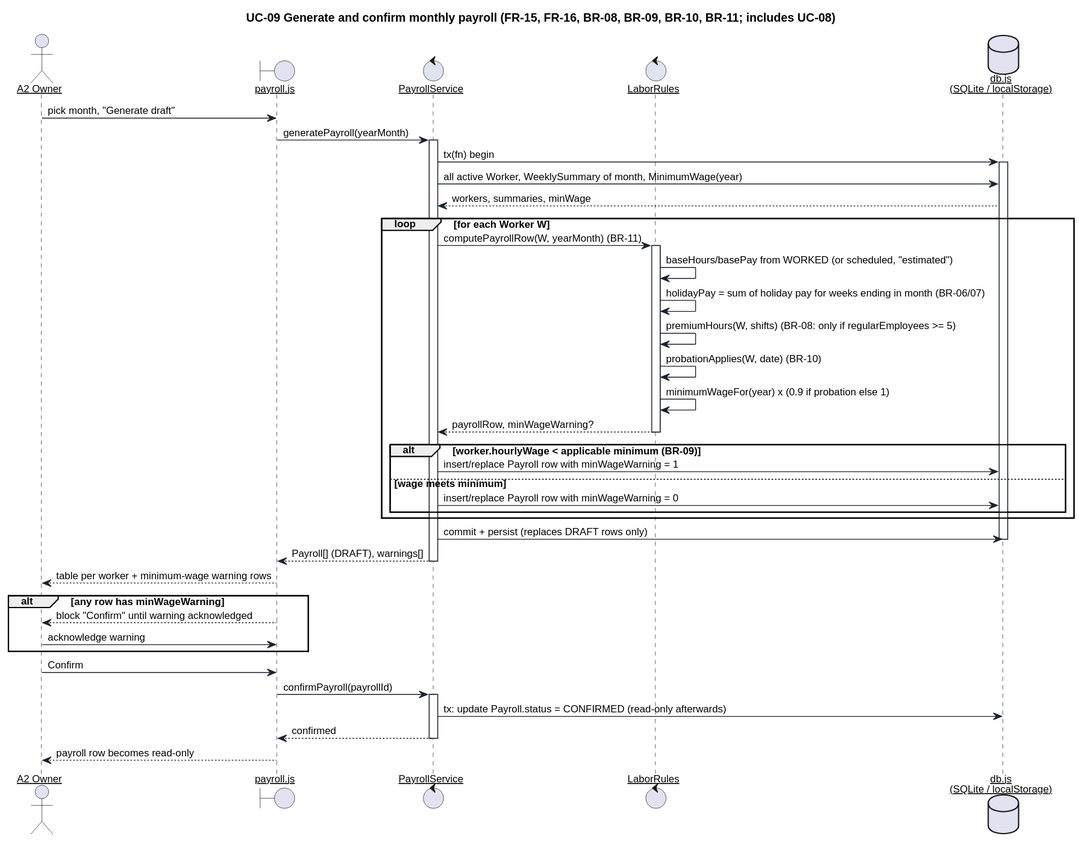
Earlier version of the PlantUML export uml/seq-4-payroll.svg (keemlogan/shiftswap). The source it was exported from:
```plantuml
@startuml
skinparam defaultFontName "Helvetica"
skinparam defaultFontSize 12
skinparam shadowing false
skinparam backgroundColor #FFFFFF
skinparam sequenceArrowThickness 1
skinparam sequenceParticipant underline
skinparam participant {
  BackgroundColor #FFFFFF
  BorderColor #1C2230
}
skinparam sequence {
  LifeLineBorderColor #1C2230
  ArrowColor #1C2230
  BoxBorderColor #1C2230
}

title UC-09 Generate and confirm monthly payroll (FR-15, FR-16, BR-08, BR-09, BR-10, BR-11; includes UC-08)

actor "A2 Owner" as Owner
boundary "payroll.js" as UI
control "PayrollService" as Svc
control "LaborRules" as Rules
database "db.js\n(SQLite / localStorage)" as DB

Owner -> UI : pick month, "Generate draft"
UI -> Svc : generatePayroll(yearMonth)
activate Svc
Svc -> DB : tx(fn) begin
activate DB
Svc -> DB : all active Worker, WeeklySummary of month, MinimumWage(year)
DB --> Svc : workers, summaries, minWage

loop for each Worker W
  Svc -> Rules : computePayrollRow(W, yearMonth) (BR-11)
  activate Rules
  Rules -> Rules : baseHours/basePay from WORKED (or scheduled, "estimated")
  Rules -> Rules : holidayPay = sum of holiday pay for weeks ending in month (BR-06/07)
  Rules -> Rules : premiumHours(W, shifts) (BR-08: only if regularEmployees >= 5)
  Rules -> Rules : probationApplies(W, date) (BR-10)
  Rules -> Rules : minimumWageFor(year) x (0.9 if probation else 1)
  Rules --> Svc : payrollRow, minWageWarning?
  deactivate Rules

  alt worker.hourlyWage < applicable minimum (BR-09)
    Svc -> DB : insert/replace Payroll row with minWageWarning = 1
  else wage meets minimum
    Svc -> DB : insert/replace Payroll row with minWageWarning = 0
  end
end

Svc -> DB : commit + persist (replaces DRAFT rows only)
deactivate DB
Svc --> UI : Payroll[] (DRAFT), warnings[]
deactivate Svc
UI --> Owner : table per worker + minimum-wage warning rows

alt any row has minWageWarning
  UI --> Owner : block "Confirm" until warning acknowledged
  Owner -> UI : acknowledge warning
end

Owner -> UI : Confirm
UI -> Svc : confirmPayroll(payrollId)
activate Svc
Svc -> DB : tx: update Payroll.status = CONFIRMED (read-only afterwards)
Svc --> UI : confirmed
deactivate Svc
UI --> Owner : payroll row becomes read-only
@enduml
```
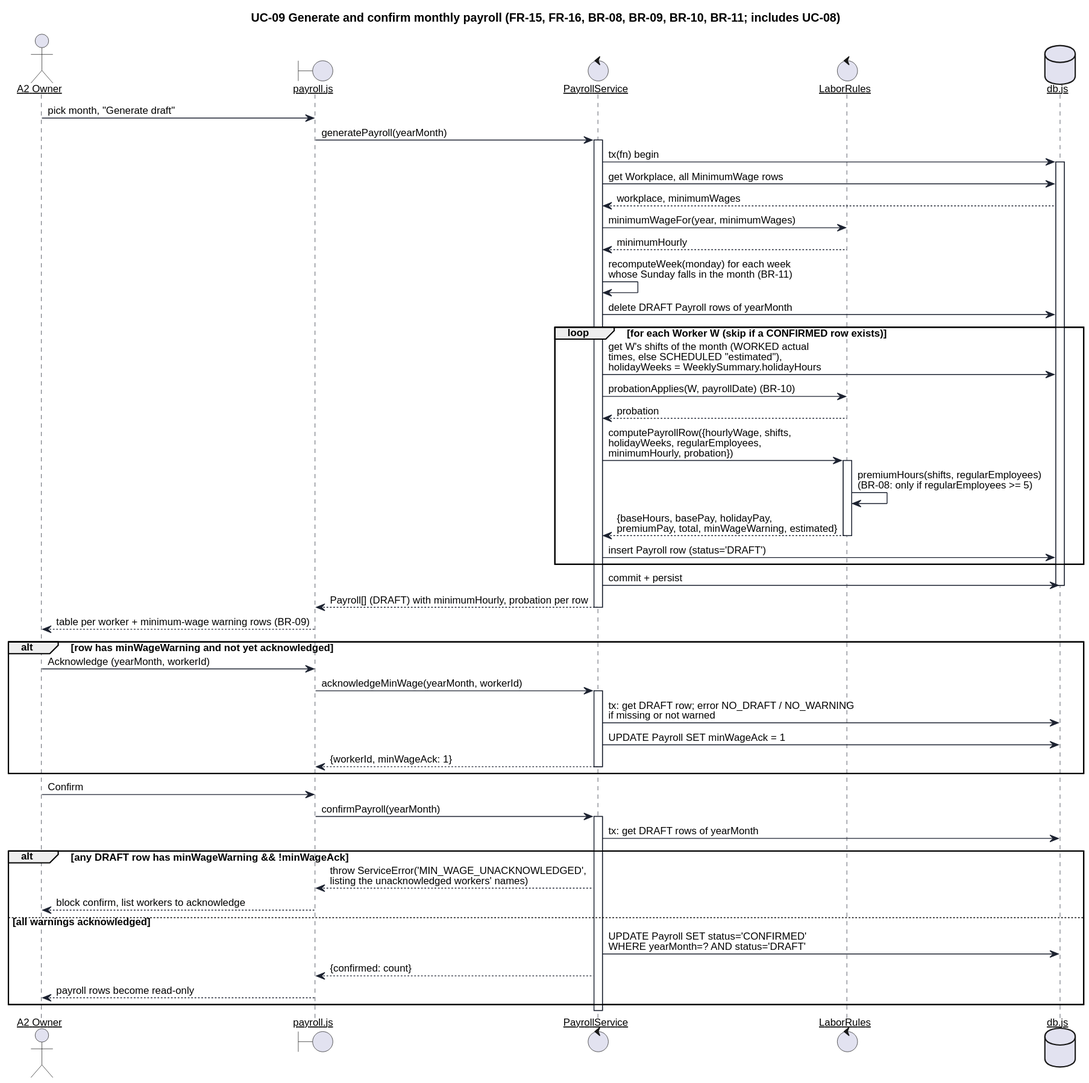
Later version of the same file.

The edit, as a diff of the source:
```diff
@@ -21,50 +21,62 @@
 boundary "payroll.js" as UI
 control "PayrollService" as Svc
 control "LaborRules" as Rules
-database "db.js\n(SQLite / localStorage)" as DB
+database "db.js" as DB
 
 Owner -> UI : pick month, "Generate draft"
 UI -> Svc : generatePayroll(yearMonth)
 activate Svc
 Svc -> DB : tx(fn) begin
 activate DB
-Svc -> DB : all active Worker, WeeklySummary of month, MinimumWage(year)
-DB --> Svc : workers, summaries, minWage
+Svc -> DB : get Workplace, all MinimumWage rows
+DB --> Svc : workplace, minimumWages
 
-loop for each Worker W
-  Svc -> Rules : computePayrollRow(W, yearMonth) (BR-11)
+Svc -> Rules : minimumWageFor(year, minimumWages)
+Rules --> Svc : minimumHourly
+
+Svc -> Svc : recomputeWeek(monday) for each week\nwhose Sunday falls in the month (BR-11)
+Svc -> DB : delete DRAFT Payroll rows of yearMonth
+
+loop for each Worker W (skip if a CONFIRMED row exists)
+  Svc -> DB : get W's shifts of the month (WORKED actual\ntimes, else SCHEDULED "estimated"),\nholidayWeeks = WeeklySummary.holidayHours
+  Svc -> Rules : probationApplies(W, payrollDate) (BR-10)
+  Rules --> Svc : probation
+  Svc -> Rules : computePayrollRow({hourlyWage, shifts,\nholidayWeeks, regularEmployees,\nminimumHourly, probation})
   activate Rules
-  Rules -> Rules : baseHours/basePay from WORKED (or scheduled, "estimated")
-  Rules -> Rules : holidayPay = sum of holiday pay for weeks ending in month (BR-06/07)
-  Rules -> Rules : premiumHours(W, shifts) (BR-08: only if regularEmployees >= 5)
-  Rules -> Rules : probationApplies(W, date) (BR-10)
-  Rules -> Rules : minimumWageFor(year) x (0.9 if probation else 1)
-  Rules --> Svc : payrollRow, minWageWarning?
+  Rules -> Rules : premiumHours(shifts, regularEmployees)\n(BR-08: only if regularEmployees >= 5)
+  Rules --> Svc : {baseHours, basePay, holidayPay,\npremiumPay, total, minWageWarning, estimated}
   deactivate Rules
-
-  alt worker.hourlyWage < applicable minimum (BR-09)
-    Svc -> DB : insert/replace Payroll row with minWageWarning = 1
-  else wage meets minimum
-    Svc -> DB : insert/replace Payroll row with minWageWarning = 0
-  end
+  Svc -> DB : insert Payroll row (status='DRAFT')
 end
 
-Svc -> DB : commit + persist (replaces DRAFT rows only)
+Svc -> DB : commit + persist
 deactivate DB
-Svc --> UI : Payroll[] (DRAFT), warnings[]
+Svc --> UI : Payroll[] (DRAFT) with minimumHourly, probation per row
 deactivate Svc
-UI --> Owner : table per worker + minimum-wage warning rows
+UI --> Owner : table per worker + minimum-wage warning rows (BR-09)
 
-alt any row has minWageWarning
-  UI --> Owner : block "Confirm" until warning acknowledged
-  Owner -> UI : acknowledge warning
+alt row has minWageWarning and not yet acknowledged
+  Owner -> UI : Acknowledge (yearMonth, workerId)
+  UI -> Svc : acknowledgeMinWage(yearMonth, workerId)
+  activate Svc
+  Svc -> DB : tx: get DRAFT row; error NO_DRAFT / NO_WARNING\nif missing or not warned
+  Svc -> DB : UPDATE Payroll SET minWageAck = 1
+  Svc --> UI : {workerId, minWageAck: 1}
+  deactivate Svc
 end
 
 Owner -> UI : Confirm
-UI -> Svc : confirmPayroll(payrollId)
+UI -> Svc : confirmPayroll(yearMonth)
 activate Svc
-Svc -> DB : tx: update Payroll.status = CONFIRMED (read-only afterwards)
-Svc --> UI : confirmed
+Svc -> DB : tx: get DRAFT rows of yearMonth
+
+alt any DRAFT row has minWageWarning && !minWageAck
+  Svc --> UI : throw ServiceError('MIN_WAGE_UNACKNOWLEDGED',\nlisting the unacknowledged workers' names)
+  UI --> Owner : block confirm, list workers to acknowledge
+else all warnings acknowledged
+  Svc -> DB : UPDATE Payroll SET status='CONFIRMED'\nWHERE yearMonth=? AND status='DRAFT'
+  Svc --> UI : {confirmed: count}
+  UI --> Owner : payroll rows become read-only
+end
 deactivate Svc
-UI --> Owner : payroll row becomes read-only
 @enduml
```
